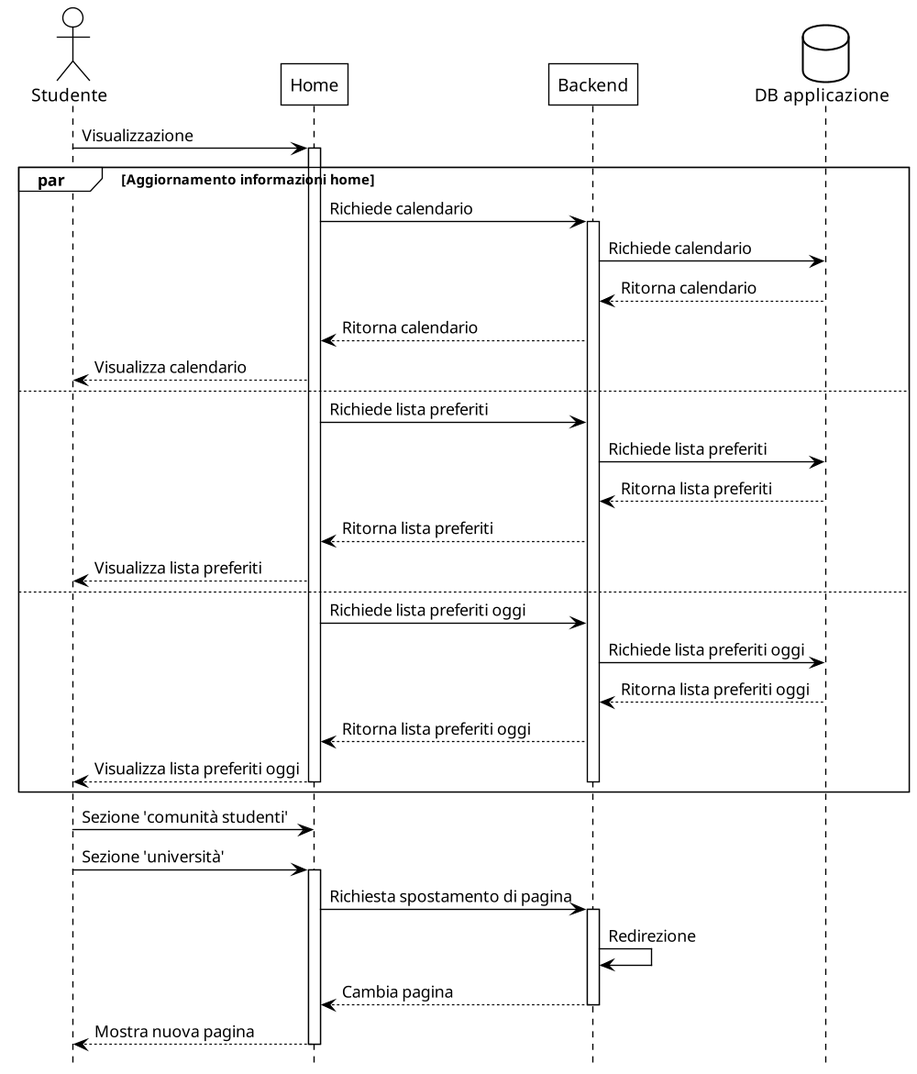
tomasel/IS_Univents keeps this PlantUML diagram as uml/sequence_diagram/sequence_finale/home.png. Above is the earlier version.
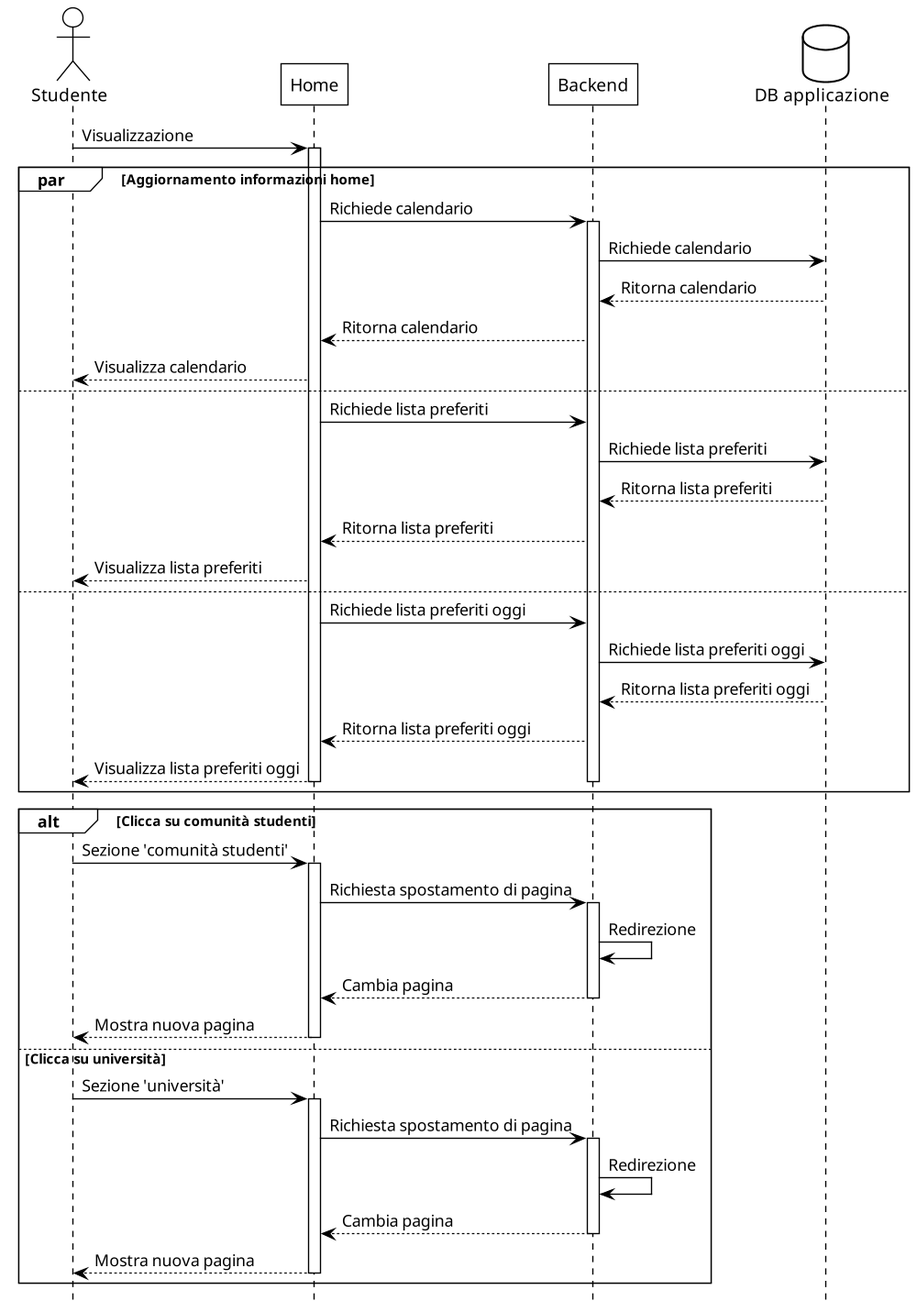
The same diagram one commit later.

What changed in the source:
```diff
@@ -44,7 +44,27 @@
 
 end
 
+alt Clicca su comunità studenti
+
 S -> H : Sezione 'comunità studenti'
+
+activate H
+
+H -> B : Richiesta spostamento di pagina
+
+activate B
+
+B -> B : Redirezione
+B --> H : Cambia pagina
+
+deactivate B
+
+H --> S : Mostra nuova pagina
+
+deactivate H
+
+else Clicca su università
+
 S -> H : Sezione 'università'
 
 activate H
@@ -62,4 +82,6 @@
 
 deactivate H
 
+end
+
 @enduml
```
